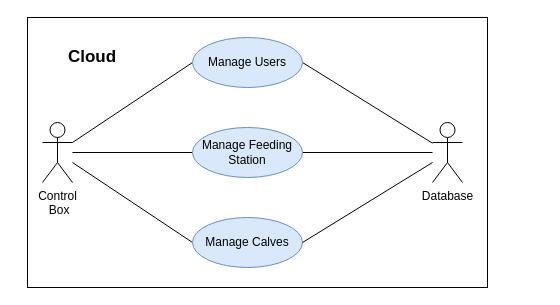
Earlier version of the draw.io diagram page "UseCasesCloud" (3 of 3) of Spec/SystemDiagrams.drawio (Ner027/MooFeeder). Source tidied: cells renumbered, new cells numbered last; positions are measured from the earlier drawing's top-left corner, leaving out a move shared by most shapes. Both pictures are drawn from the tidied source at 100%, with x=0, y=0 at pixel (27, 17).
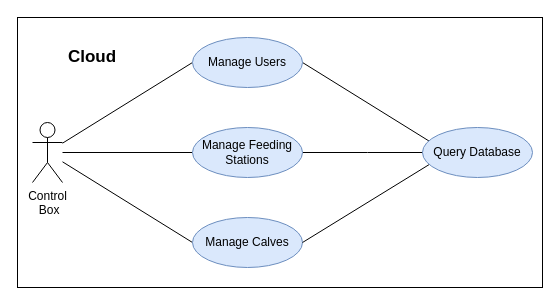
After the change.

Diff of the diagram source:
```diff
@@
 <mxGraphModel>
   <root>
     <mxCell id="0" />
     <mxCell id="1" parent="0" />
     <mxCell id="2" style="rounded=0;whiteSpace=wrap;html=1;" parent="1" vertex="1">
-      <mxGeometry width="460" height="270" as="geometry" />
+      <mxGeometry x="-10" width="525" height="270" as="geometry" />
     </mxCell>
     <mxCell id="3" style="edgeStyle=orthogonalEdgeStyle;rounded=0;jettySize=auto;html=1;entryX=0;entryY=0.5;entryDx=0;entryDy=0;endArrow=none;endFill=0;" parent="1" edge="1" source="6" target="10">
       <mxGeometry relative="1" as="geometry" />
     </mxCell>
     <mxCell id="4" style="rounded=0;jettySize=auto;html=1;entryX=0;entryY=0.5;entryDx=0;entryDy=0;endArrow=none;endFill=0;" parent="1" edge="1" source="6" target="8">
       <mxGeometry relative="1" as="geometry" />
     </mxCell>
     <mxCell id="5" style="rounded=0;jettySize=auto;html=1;entryX=0;entryY=0.5;entryDx=0;entryDy=0;endArrow=none;endFill=0;" parent="1" edge="1" source="6" target="11">
       <mxGeometry relative="1" as="geometry" />
     </mxCell>
     <mxCell id="6" value="Control&lt;br&gt;&amp;nbsp;Box" style="shape=umlActor;verticalLabelPosition=bottom;verticalAlign=top;html=1;outlineConnect=0;" parent="1" vertex="1">
-      <mxGeometry x="15" y="105" width="30" height="60" as="geometry" />
+      <mxGeometry x="5" y="105" width="30" height="60" as="geometry" />
     </mxCell>
-    <mxCell id="7" style="rounded=0;jettySize=auto;html=1;endArrow=none;endFill=0;exitX=1;exitY=0.5;exitDx=0;exitDy=0;" parent="1" edge="1" source="8" target="12">
-      <mxGeometry relative="1" as="geometry" />
+    <mxCell id="7" style="rounded=0;jettySize=auto;html=1;endArrow=none;endFill=0;exitX=1;exitY=0.5;exitDx=0;exitDy=0;" parent="1" edge="1" source="8">
+      <mxGeometry relative="1" as="geometry">
+        <mxPoint x="405" y="125.7" as="targetPoint" />
+      </mxGeometry>
     </mxCell>
     <mxCell id="8" value="Manage Users" style="ellipse;whiteSpace=wrap;html=1;fillColor=#dae8fc;strokeColor=#6c8ebf;" parent="1" vertex="1">
       <mxGeometry x="165" y="20" width="110" height="50" as="geometry" />
     </mxCell>
-    <mxCell id="9" style="edgeStyle=orthogonalEdgeStyle;rounded=0;jettySize=auto;html=1;endArrow=none;endFill=0;" parent="1" edge="1" source="10" target="12">
-      <mxGeometry relative="1" as="geometry" />
+    <mxCell id="9" style="edgeStyle=orthogonalEdgeStyle;rounded=0;jettySize=auto;html=1;endArrow=none;endFill=0;" parent="1" edge="1" source="10">
+      <mxGeometry relative="1" as="geometry">
+        <mxPoint x="405" y="135" as="targetPoint" />
+      </mxGeometry>
     </mxCell>
-    <mxCell id="10" value="Manage Feeding Station" style="ellipse;whiteSpace=wrap;html=1;fillColor=#dae8fc;strokeColor=#6c8ebf;" parent="1" vertex="1">
+    <mxCell id="10" value="Manage Feeding Stations" style="ellipse;whiteSpace=wrap;html=1;fillColor=#dae8fc;strokeColor=#6c8ebf;" parent="1" vertex="1">
       <mxGeometry x="165" y="110" width="110" height="50" as="geometry" />
     </mxCell>
     <mxCell id="11" value="Manage Calves" style="ellipse;whiteSpace=wrap;html=1;fillColor=#dae8fc;strokeColor=#6c8ebf;" parent="1" vertex="1">
       <mxGeometry x="165" y="200" width="110" height="50" as="geometry" />
     </mxCell>
-    <mxCell id="12" value="Database" style="shape=umlActor;verticalLabelPosition=bottom;verticalAlign=top;html=1;outlineConnect=0;" parent="1" vertex="1">
-      <mxGeometry x="405" y="105" width="30" height="60" as="geometry" />
-    </mxCell>
     <mxCell id="13" style="rounded=0;jettySize=auto;html=1;endArrow=none;endFill=0;exitX=1;exitY=0.5;exitDx=0;exitDy=0;" parent="1" edge="1" source="11">
       <mxGeometry relative="1" as="geometry">
         <mxPoint x="405" y="145" as="targetPoint" />
       </mxGeometry>
     </mxCell>
     <mxCell id="14" value="&lt;b&gt;&lt;font style=&quot;font-size: 17px;&quot;&gt;Cloud&lt;/font&gt;&lt;/b&gt;" style="text;html=1;strokeColor=none;fillColor=none;align=center;verticalAlign=middle;whiteSpace=wrap;rounded=0;" parent="1" vertex="1">
       <mxGeometry x="15" y="20" width="100" height="40" as="geometry" />
     </mxCell>
+    <mxCell id="15" value="Query Database" style="ellipse;whiteSpace=wrap;html=1;fillColor=#dae8fc;strokeColor=#6c8ebf;" parent="1" vertex="1">
+      <mxGeometry x="395" y="110" width="110" height="50" as="geometry" />
+    </mxCell>
   </root>
 </mxGraphModel>
```
